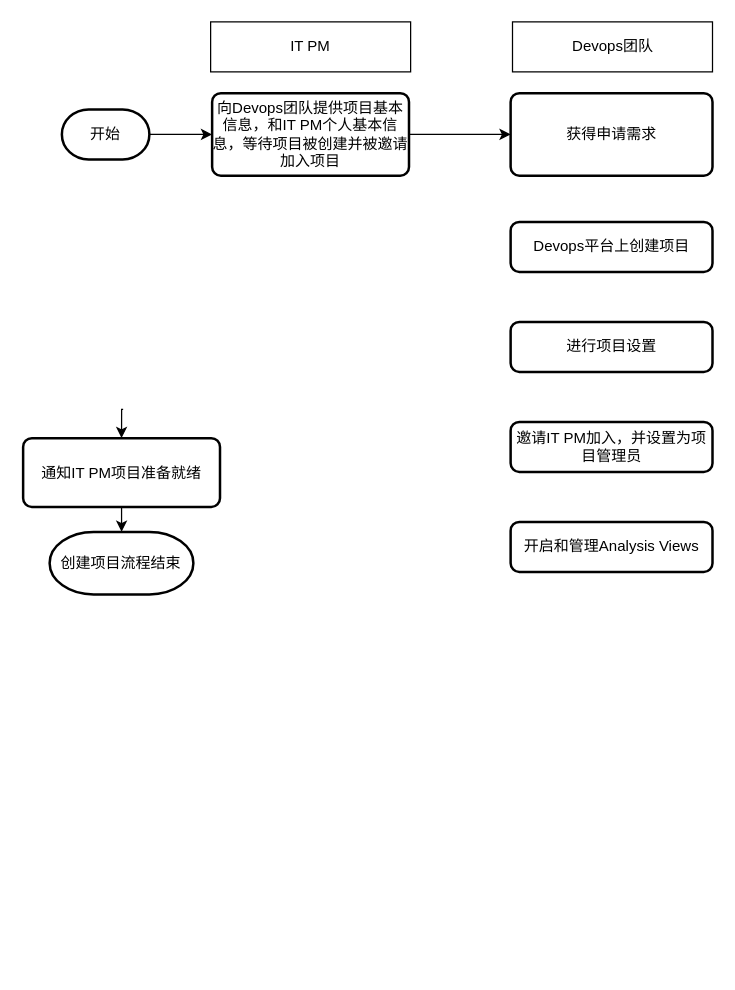
Earlier version of the draw.io diagram mnt_flow.drawio (vidarlee/CardGame). Source tidied: cells renumbered, new cells numbered last; positions are measured from the earlier drawing's top-left corner, leaving out a move shared by most shapes. Both pictures are drawn from the tidied source at 125%, with x=0, y=0 at pixel (22, 21).
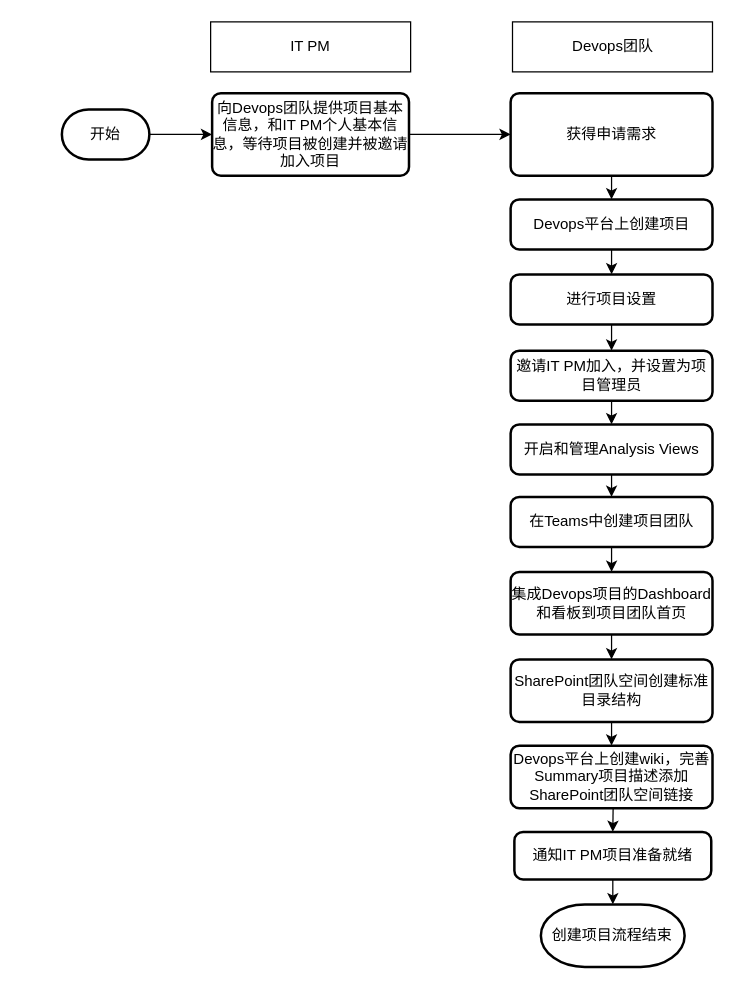
The same diagram, later.

Unchanged cells that the change refers to:
```xml
<mxCell id="8" value="获得申请需求" style="rounded=1;whiteSpace=wrap;html=1;absoluteArcSize=1;arcSize=14;strokeWidth=2;" parent="1" vertex="1">
  <mxGeometry x="390" y="57" width="161.5" height="66" as="geometry" />
</mxCell>
```

Change to the diagram source:
```diff
@@
+    <mxCell id="17" style="edgeStyle=orthogonalEdgeStyle;rounded=0;jettySize=auto;html=1;exitX=0.5;exitY=1;exitDx=0;exitDy=0;entryX=0.5;entryY=0;entryDx=0;entryDy=0;" parent="1" edge="1" source="8" target="13">
+      <mxGeometry relative="1" as="geometry" />
+    </mxCell>
@@
     <mxCell id="9" style="edgeStyle=orthogonalEdgeStyle;rounded=0;jettySize=auto;html=1;exitX=0.5;exitY=1;exitDx=0;exitDy=0;entryX=0.5;entryY=0;entryDx=0;entryDy=0;" parent="1" edge="1" target="11">
       <mxGeometry relative="1" as="geometry">
-        <mxPoint x="80" y="310" as="sourcePoint" />
+        <mxPoint x="472" y="629" as="sourcePoint" />
       </mxGeometry>
     </mxCell>
@@
     <mxCell id="11" value="&lt;div style=&quot;text-align: justify&quot;&gt;通知IT PM项目准备就绪&lt;/div&gt;" style="rounded=1;whiteSpace=wrap;html=1;absoluteArcSize=1;arcSize=14;strokeWidth=2;" parent="1" vertex="1">
-      <mxGeometry y="333" width="157.5" height="55" as="geometry" />
+      <mxGeometry x="393" y="648" width="157.5" height="38" as="geometry" />
     </mxCell>
     <mxCell id="12" value="创建项目流程结束" style="strokeWidth=2;html=1;shape=mxgraph.flowchart.terminator;whiteSpace=wrap;" parent="1" vertex="1">
-      <mxGeometry x="21.2" y="408" width="115" height="50" as="geometry" />
+      <mxGeometry x="414.2" y="706" width="115" height="50" as="geometry" />
     </mxCell>
+    <mxCell id="18" style="edgeStyle=orthogonalEdgeStyle;rounded=0;jettySize=auto;html=1;exitX=0.5;exitY=1;exitDx=0;exitDy=0;" parent="1" edge="1" source="13" target="14">
+      <mxGeometry relative="1" as="geometry" />
+    </mxCell>
     <mxCell id="13" value="Devops平台上创建项目" style="rounded=1;whiteSpace=wrap;html=1;absoluteArcSize=1;arcSize=14;strokeWidth=2;" parent="1" vertex="1">
-      <mxGeometry x="390" y="160" width="161.5" height="40" as="geometry" />
+      <mxGeometry x="390" y="142" width="161.5" height="40" as="geometry" />
     </mxCell>
+    <mxCell id="19" style="edgeStyle=orthogonalEdgeStyle;rounded=0;jettySize=auto;html=1;exitX=0.5;exitY=1;exitDx=0;exitDy=0;entryX=0.5;entryY=0;entryDx=0;entryDy=0;" parent="1" edge="1" source="14" target="15">
+      <mxGeometry relative="1" as="geometry" />
+    </mxCell>
     <mxCell id="14" value="进行项目设置" style="rounded=1;whiteSpace=wrap;html=1;absoluteArcSize=1;arcSize=14;strokeWidth=2;" parent="1" vertex="1">
-      <mxGeometry x="390" y="240" width="161.5" height="40" as="geometry" />
+      <mxGeometry x="390" y="202" width="161.5" height="40" as="geometry" />
     </mxCell>
+    <mxCell id="20" style="edgeStyle=orthogonalEdgeStyle;rounded=0;jettySize=auto;html=1;exitX=0.5;exitY=1;exitDx=0;exitDy=0;entryX=0.5;entryY=0;entryDx=0;entryDy=0;" parent="1" edge="1" source="15" target="16">
+      <mxGeometry relative="1" as="geometry" />
+    </mxCell>
     <mxCell id="15" value="邀请IT PM加入，并设置为项目管理员" style="rounded=1;whiteSpace=wrap;html=1;absoluteArcSize=1;arcSize=14;strokeWidth=2;" parent="1" vertex="1">
-      <mxGeometry x="390" y="320" width="161.5" height="40" as="geometry" />
+      <mxGeometry x="390" y="263" width="161.5" height="40" as="geometry" />
     </mxCell>
+    <mxCell id="21" style="edgeStyle=orthogonalEdgeStyle;rounded=0;jettySize=auto;html=1;exitX=0.5;exitY=1;exitDx=0;exitDy=0;entryX=0.5;entryY=0;entryDx=0;entryDy=0;" parent="1" edge="1" source="16" target="23">
+      <mxGeometry relative="1" as="geometry" />
+    </mxCell>
     <mxCell id="16" value="开启和管理Analysis Views" style="rounded=1;whiteSpace=wrap;html=1;absoluteArcSize=1;arcSize=14;strokeWidth=2;" parent="1" vertex="1">
-      <mxGeometry x="390" y="400" width="161.5" height="40" as="geometry" />
+      <mxGeometry x="390" y="322" width="161.5" height="40" as="geometry" />
     </mxCell>
+    <mxCell id="22" style="edgeStyle=orthogonalEdgeStyle;rounded=0;jettySize=auto;html=1;exitX=0.5;exitY=1;exitDx=0;exitDy=0;" parent="1" edge="1" source="23" target="25">
+      <mxGeometry relative="1" as="geometry" />
+    </mxCell>
+    <mxCell id="23" value="在Teams中创建项目团队" style="rounded=1;whiteSpace=wrap;html=1;absoluteArcSize=1;arcSize=14;strokeWidth=2;" parent="1" vertex="1">
+      <mxGeometry x="390" y="380" width="161.5" height="40" as="geometry" />
+    </mxCell>
+    <mxCell id="24" style="edgeStyle=orthogonalEdgeStyle;rounded=0;jettySize=auto;html=1;exitX=0.5;exitY=1;exitDx=0;exitDy=0;entryX=0.5;entryY=0;entryDx=0;entryDy=0;" parent="1" edge="1" source="25" target="27">
+      <mxGeometry relative="1" as="geometry" />
+    </mxCell>
+    <mxCell id="25" value="集成Devops项目的Dashboard和看板到项目团队首页" style="rounded=1;whiteSpace=wrap;html=1;absoluteArcSize=1;arcSize=14;strokeWidth=2;" parent="1" vertex="1">
+      <mxGeometry x="390" y="440" width="161.5" height="50" as="geometry" />
+    </mxCell>
+    <mxCell id="26" style="edgeStyle=orthogonalEdgeStyle;rounded=0;jettySize=auto;html=1;exitX=0.5;exitY=1;exitDx=0;exitDy=0;entryX=0.5;entryY=0;entryDx=0;entryDy=0;" parent="1" edge="1" source="27" target="28">
+      <mxGeometry relative="1" as="geometry" />
+    </mxCell>
+    <mxCell id="27" value="SharePoint团队空间创建标准目录结构" style="rounded=1;whiteSpace=wrap;html=1;absoluteArcSize=1;arcSize=14;strokeWidth=2;" parent="1" vertex="1">
+      <mxGeometry x="390" y="510" width="161.5" height="50" as="geometry" />
+    </mxCell>
+    <mxCell id="28" value="Devops平台上创建wiki，完善Summary项目描述添加SharePoint团队空间链接" style="rounded=1;whiteSpace=wrap;html=1;absoluteArcSize=1;arcSize=14;strokeWidth=2;" parent="1" vertex="1">
+      <mxGeometry x="390" y="579" width="161.5" height="50" as="geometry" />
+    </mxCell>
```
